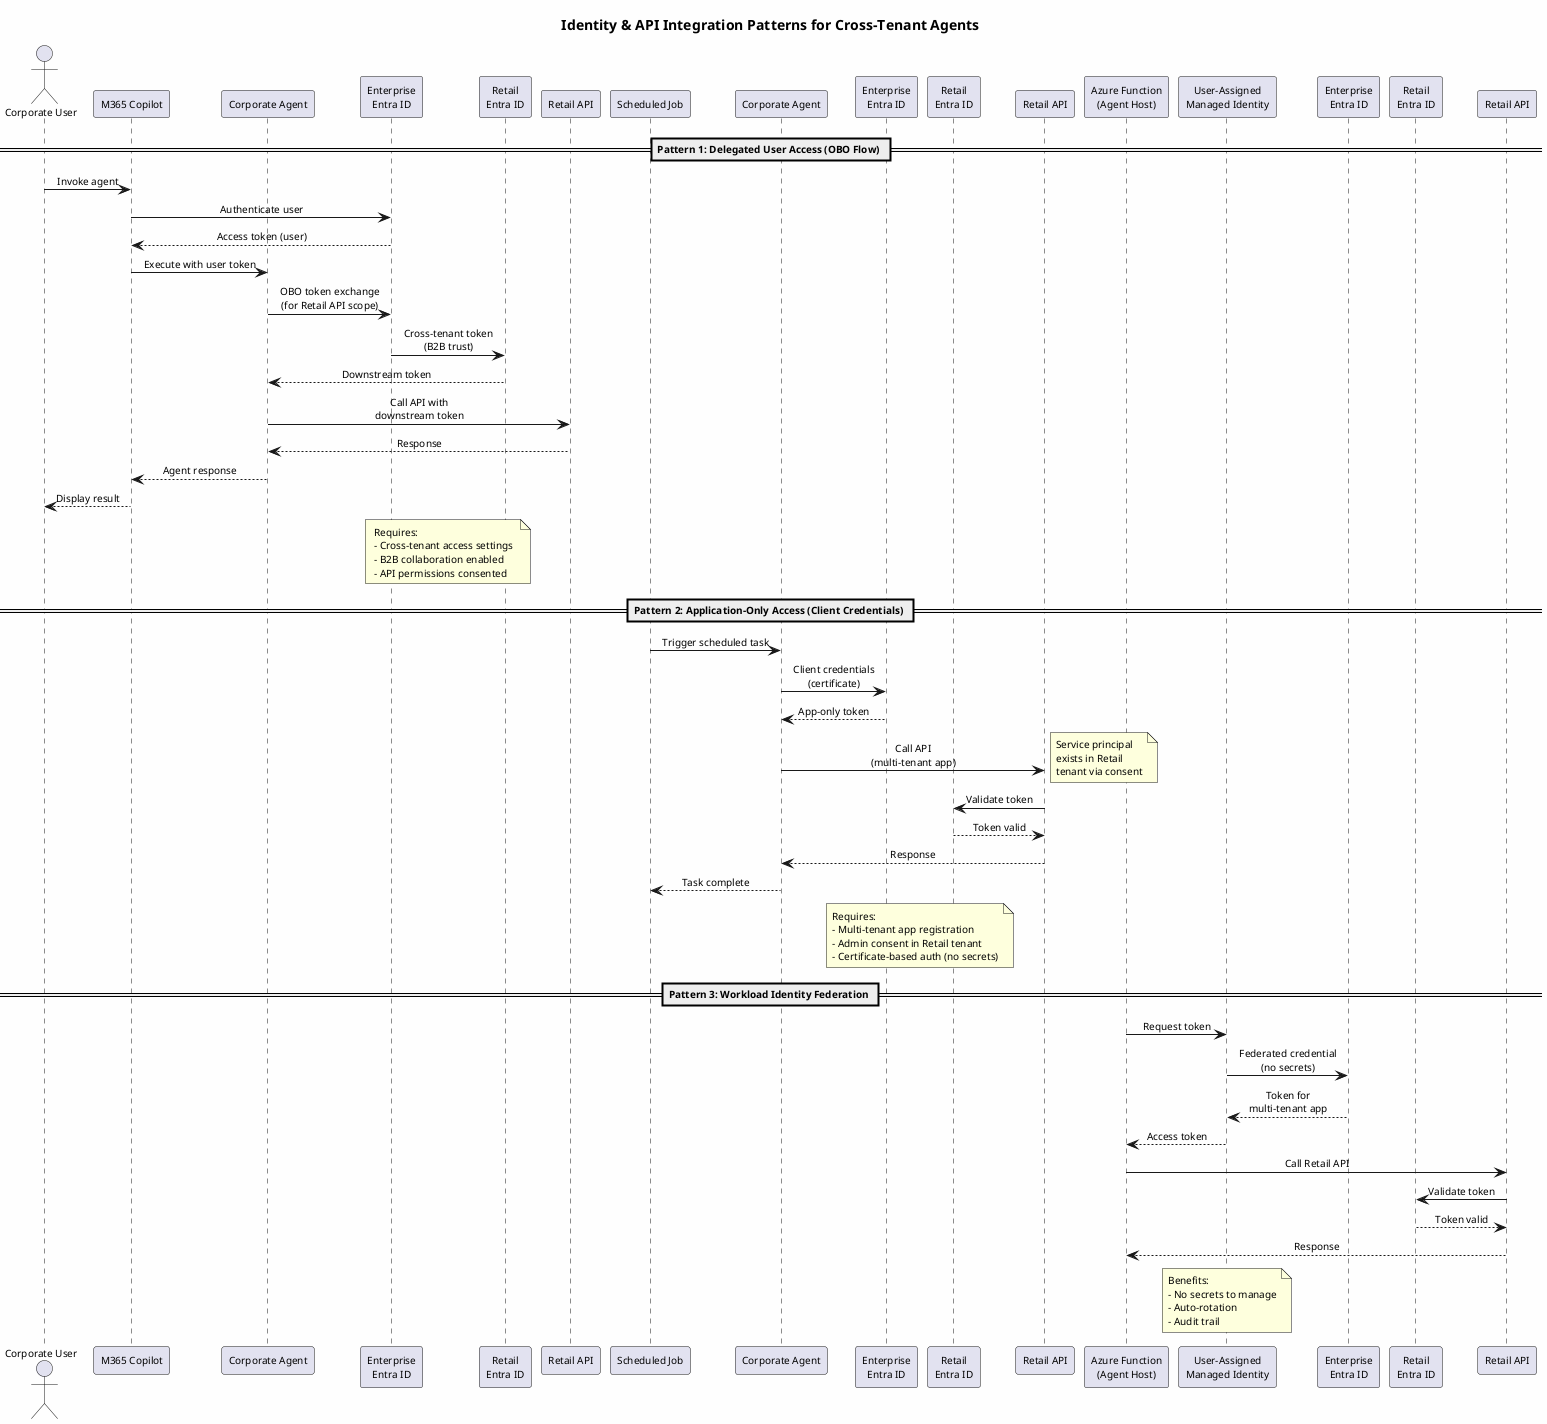
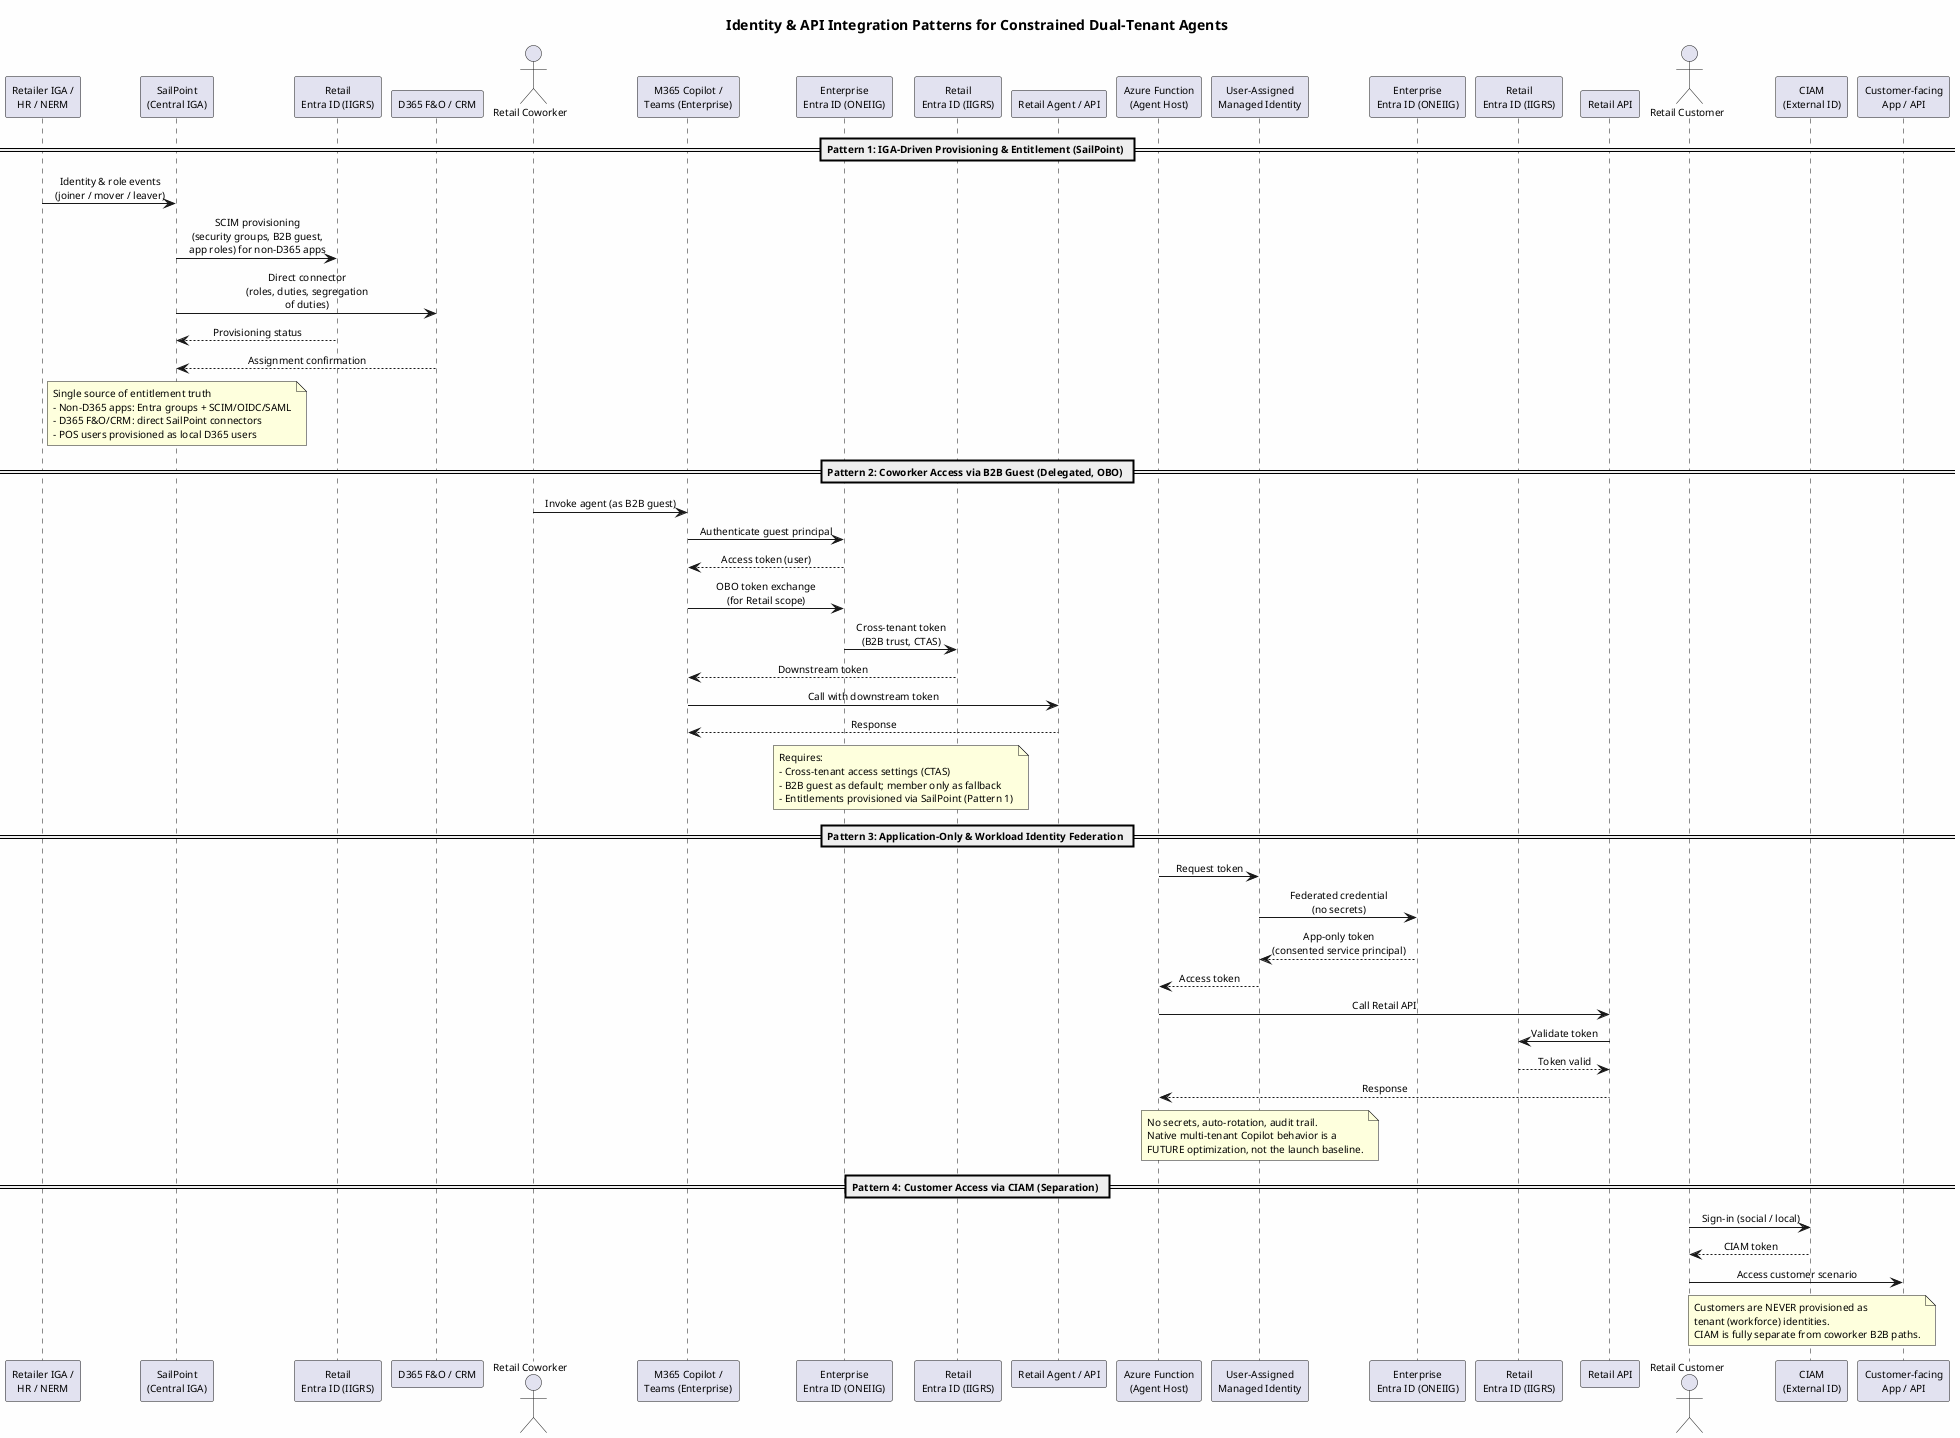
@startuml Identity and API Integration Patterns

skinparam backgroundColor #FEFEFE
skinparam defaultFontName Arial
skinparam defaultFontSize 10
skinparam sequenceMessageAlign center

- title Identity & API Integration Patterns for Cross-Tenant Agents
+ title Identity & API Integration Patterns for Constrained Dual-Tenant Agents

- == Pattern 1: Delegated User Access (OBO Flow) ==
+ == Pattern 1: IGA-Driven Provisioning & Entitlement (SailPoint) ==

- actor "Corporate User" as user1
- participant "M365 Copilot" as copilot1
- participant "Corporate Agent" as agent1
- participant "Enterprise\nEntra ID" as entra1
- participant "Retail\nEntra ID" as entra2
- participant "Retail API" as api1
+ participant "Retailer IGA /\nHR / NERM" as src
+ participant "SailPoint\n(Central IGA)" as sp
+ participant "Retail\nEntra ID (IIGRS)" as entra_r
+ participant "D365 F&O / CRM" as d365

- user1 -> copilot1: Invoke agent
- copilot1 -> entra1: Authenticate user
+ src -> sp: Identity & role events\n(joiner / mover / leaver)
+ sp -> entra_r: SCIM provisioning\n(security groups, B2B guest,\napp roles) for non-D365 apps
+ sp -> d365: Direct connector\n(roles, duties, segregation\nof duties)
+ entra_r --> sp: Provisioning status
+ d365 --> sp: Assignment confirmation
+ note over sp
+   Single source of entitlement truth
+   - Non-D365 apps: Entra groups + SCIM/OIDC/SAML
+   - D365 F&O/CRM: direct SailPoint connectors
+   - POS users provisioned as local D365 users
+ end note
+ 
+ == Pattern 2: Coworker Access via B2B Guest (Delegated, OBO) ==
+ 
+ actor "Retail Coworker" as user1
+ participant "M365 Copilot /\nTeams (Enterprise)" as copilot1
+ participant "Enterprise\nEntra ID (ONEIIG)" as entra1
+ participant "Retail\nEntra ID (IIGRS)" as entra2
+ participant "Retail Agent / API" as api1
+ 
+ user1 -> copilot1: Invoke agent (as B2B guest)
+ copilot1 -> entra1: Authenticate guest principal
entra1 --> copilot1: Access token (user)
- copilot1 -> agent1: Execute with user token
- agent1 -> entra1: OBO token exchange\n(for Retail API scope)
- entra1 -> entra2: Cross-tenant token\n(B2B trust)
- entra2 --> agent1: Downstream token
- agent1 -> api1: Call API with\ndownstream token
- api1 --> agent1: Response
- agent1 --> copilot1: Agent response
- copilot1 --> user1: Display result
- 
+ copilot1 -> entra1: OBO token exchange\n(for Retail scope)
+ entra1 -> entra2: Cross-tenant token\n(B2B trust, CTAS)
+ entra2 --> copilot1: Downstream token
+ copilot1 -> api1: Call with downstream token
+ api1 --> copilot1: Response
note over entra1, entra2
  Requires:
-   - Cross-tenant access settings
-   - B2B collaboration enabled
-   - API permissions consented
+   - Cross-tenant access settings (CTAS)
+   - B2B guest as default; member only as fallback
+   - Entitlements provisioned via SailPoint (Pattern 1)
end note

- == Pattern 2: Application-Only Access (Client Credentials) ==
- 
- participant "Scheduled Job" as job
- participant "Corporate Agent" as agent2
- participant "Enterprise\nEntra ID" as entra3
- participant "Retail\nEntra ID" as entra4
- participant "Retail API" as api2
- 
- job -> agent2: Trigger scheduled task
- agent2 -> entra3: Client credentials\n(certificate)
- entra3 --> agent2: App-only token
- agent2 -> api2: Call API\n(multi-tenant app)
- note right: Service principal\nexists in Retail\ntenant via consent
- api2 -> entra4: Validate token
- entra4 --> api2: Token valid
- api2 --> agent2: Response
- agent2 --> job: Task complete
- 
- note over entra3, entra4
-   Requires:
-   - Multi-tenant app registration
-   - Admin consent in Retail tenant
-   - Certificate-based auth (no secrets)
- end note
- 
- == Pattern 3: Workload Identity Federation ==
+ == Pattern 3: Application-Only & Workload Identity Federation ==

participant "Azure Function\n(Agent Host)" as func
participant "User-Assigned\nManaged Identity" as mi
- participant "Enterprise\nEntra ID" as entra5
- participant "Retail\nEntra ID" as entra6
+ participant "Enterprise\nEntra ID (ONEIIG)" as entra5
+ participant "Retail\nEntra ID (IIGRS)" as entra6
participant "Retail API" as api3

func -> mi: Request token
mi -> entra5: Federated credential\n(no secrets)
- entra5 --> mi: Token for\nmulti-tenant app
+ entra5 --> mi: App-only token\n(consented service principal)
mi --> func: Access token
func -> api3: Call Retail API
api3 -> entra6: Validate token
entra6 --> api3: Token valid
api3 --> func: Response
+ note over mi
+   No secrets, auto-rotation, audit trail.
+   Native multi-tenant Copilot behavior is a
+   FUTURE optimization, not the launch baseline.
+ end note

- note over mi
-   Benefits:
-   - No secrets to manage
-   - Auto-rotation
-   - Audit trail
+ == Pattern 4: Customer Access via CIAM (Separation) ==
+ 
+ actor "Retail Customer" as cust
+ participant "CIAM\n(External ID)" as ciam
+ participant "Customer-facing\nApp / API" as capp
+ 
+ cust -> ciam: Sign-in (social / local)
+ ciam --> cust: CIAM token
+ cust -> capp: Access customer scenario
+ note over ciam
+   Customers are NEVER provisioned as
+   tenant (workforce) identities.
+   CIAM is fully separate from coworker B2B paths.
end note

@enduml
